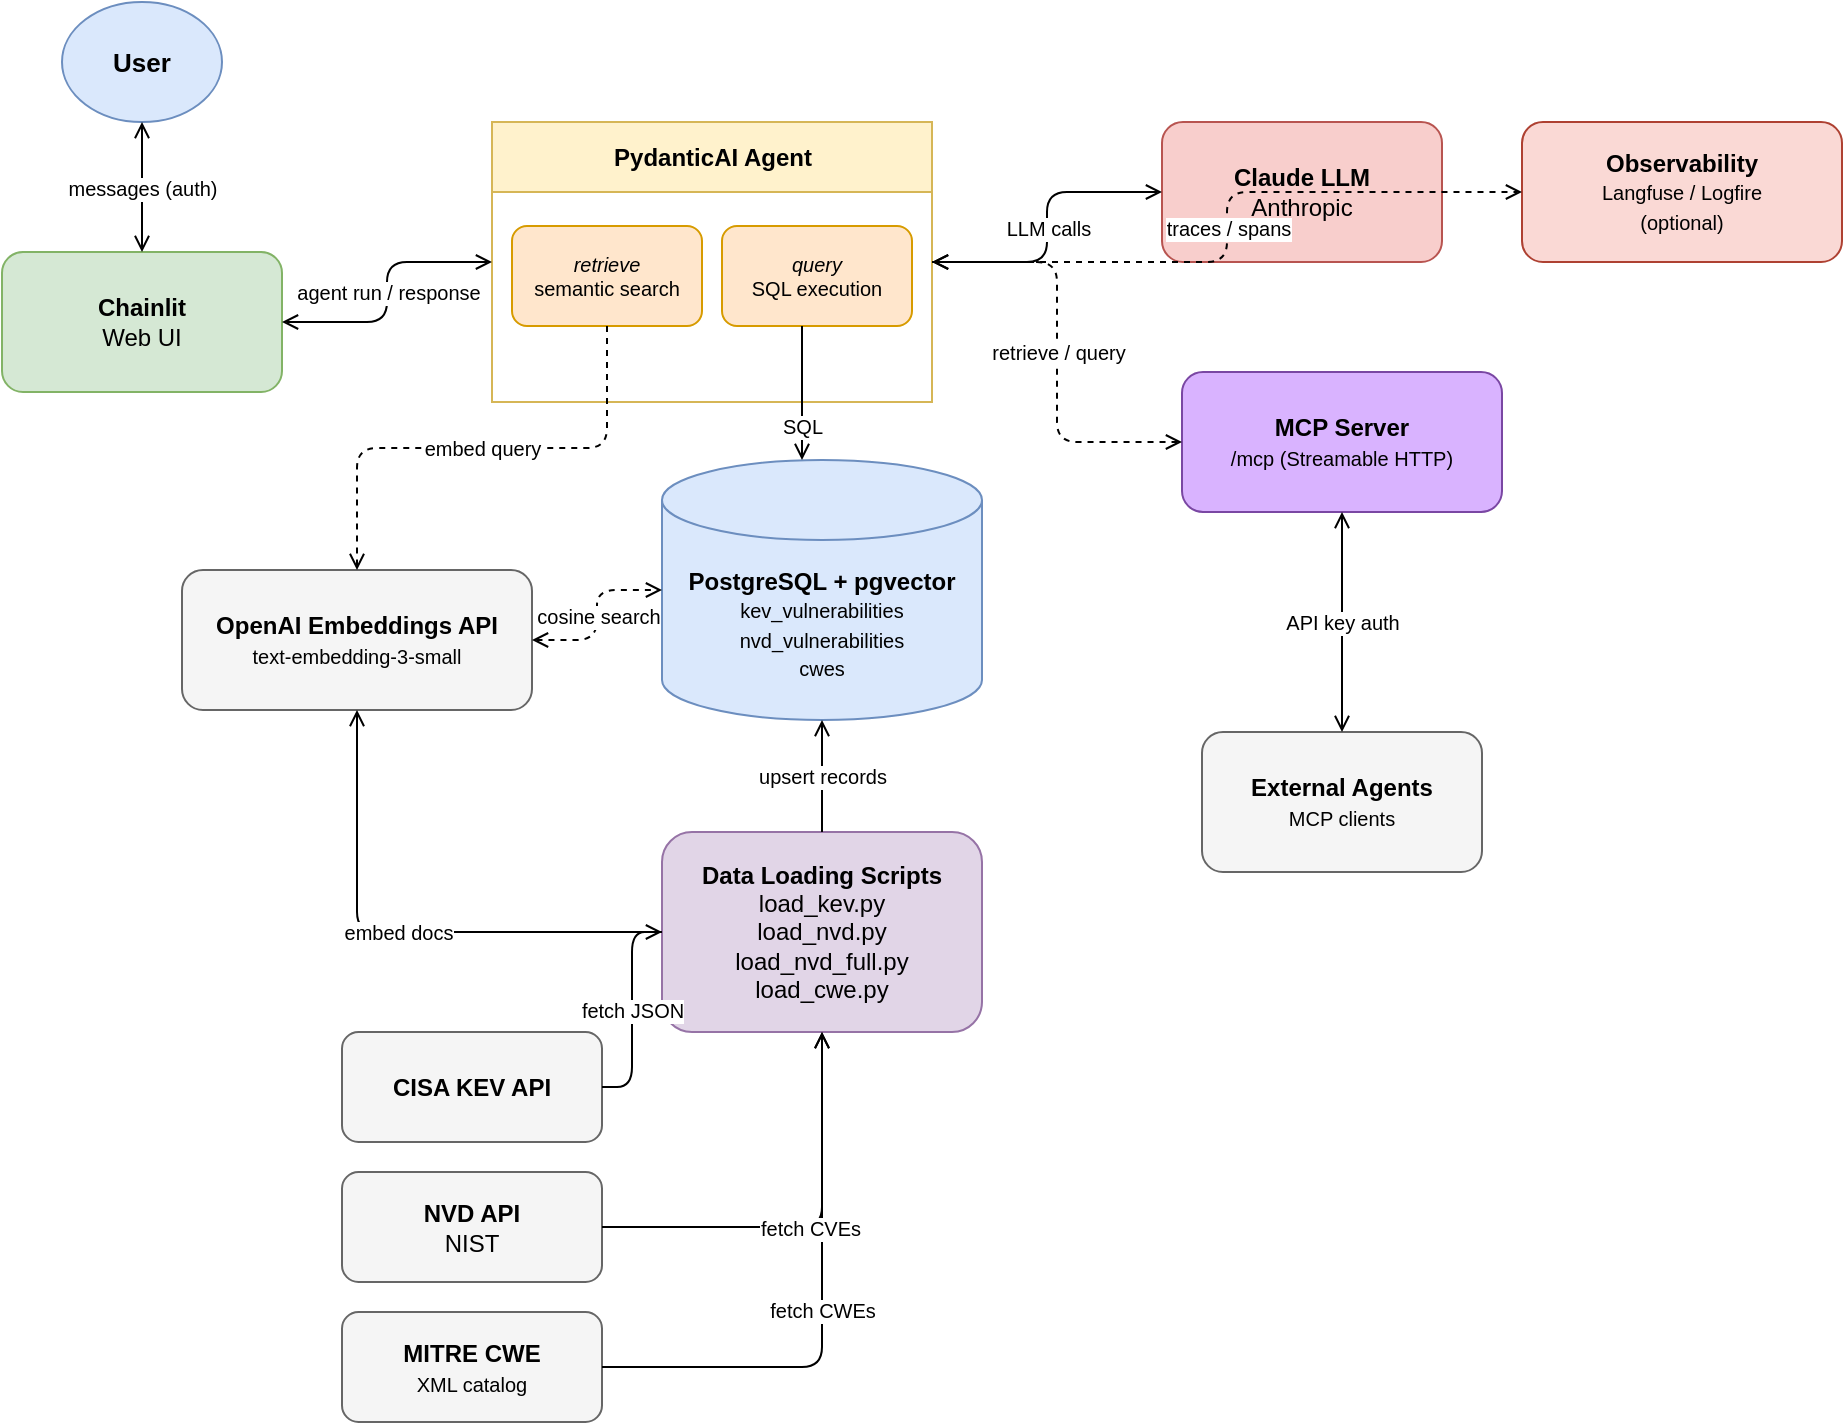
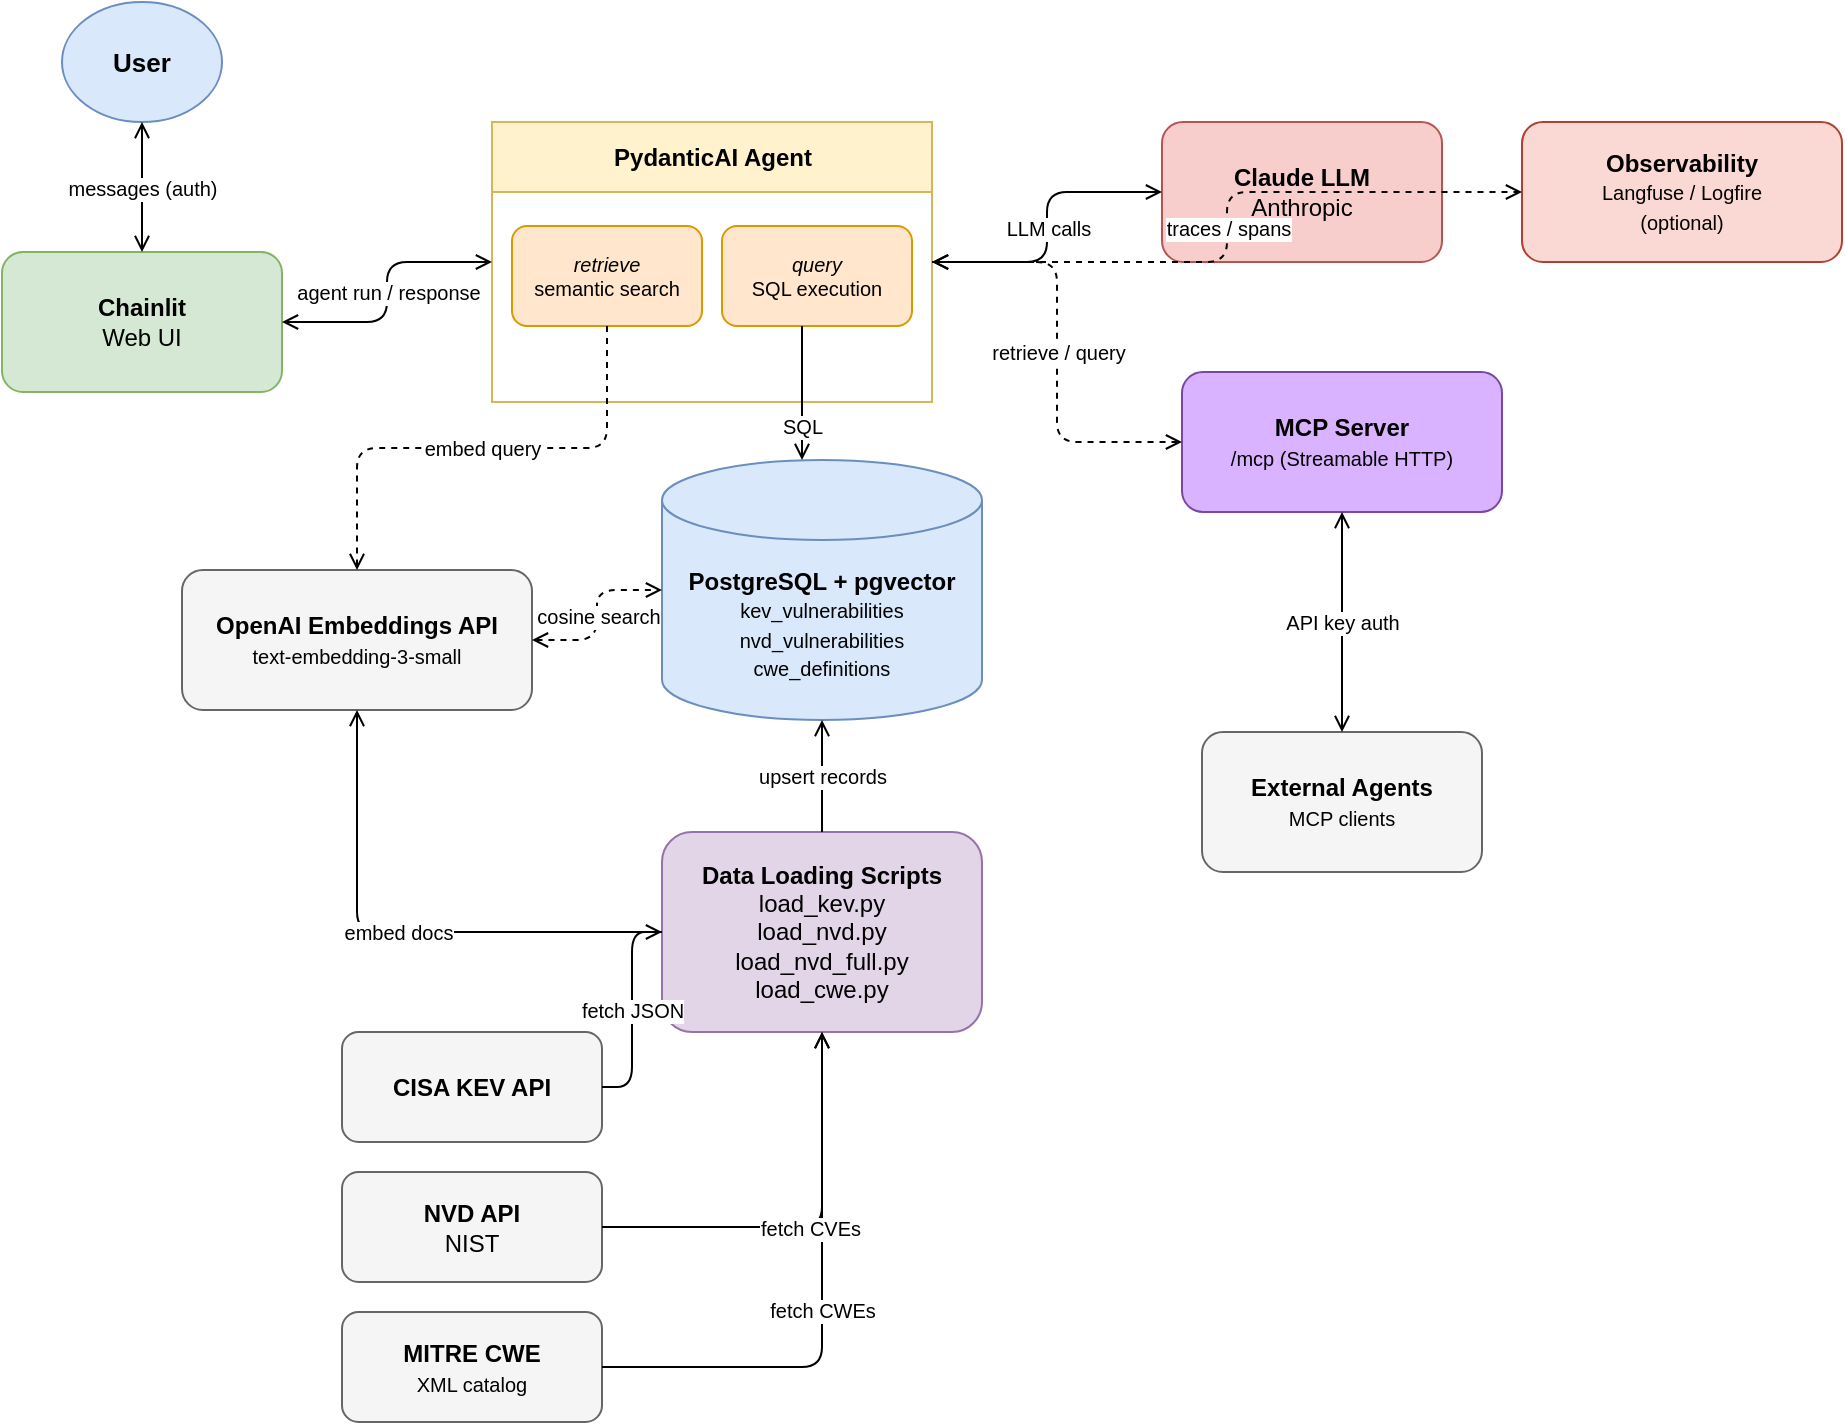
<mxfile host="Electron" agent="Mozilla/5.0 (Macintosh; Intel Mac OS X 10_15_7) AppleWebKit/537.36 (KHTML, like Gecko) draw.io/29.5.2 Chrome/142.0.7444.265 Electron/39.6.1 Safari/537.36">
  <diagram id="aTa67jBwMQSRAFFKcZpl" name="Page-1">
    <mxGraphModel dx="1006" dy="749" grid="1" gridSize="10" guides="1" tooltips="1" connect="1" arrows="1" fold="1" page="1" pageScale="1" pageWidth="1300" pageHeight="900" math="0" shadow="0">
      <root>
        <mxCell id="0" />
        <mxCell id="1" parent="0" />
        <mxCell id="10" parent="1" style="ellipse;whiteSpace=wrap;html=1;fillColor=#dae8fc;strokeColor=#6c8ebf;fontColor=#000000;fontSize=13;" value="&lt;b&gt;User&lt;/b&gt;" vertex="1">
          <mxGeometry height="60" width="80" x="170" y="95" as="geometry" />
        </mxCell>
        <mxCell id="20" parent="1" style="rounded=1;whiteSpace=wrap;html=1;fillColor=#d5e8d4;strokeColor=#82b366;fontColor=#000000;arcSize=15;" value="&lt;b&gt;Chainlit&lt;/b&gt;&lt;br&gt;Web UI" vertex="1">
          <mxGeometry height="70" width="140" x="140" y="220" as="geometry" />
        </mxCell>
        <mxCell id="30" parent="1" style="swimlane;startSize=35;html=1;fillColor=#fff2cc;strokeColor=#d6b656;fontColor=#000000;fontSize=12;" value="&lt;b&gt;PydanticAI Agent&lt;/b&gt;" vertex="1">
          <mxGeometry height="140" width="220" x="385" y="155" as="geometry" />
        </mxCell>
        <mxCell id="31" parent="30" style="rounded=1;whiteSpace=wrap;html=1;fillColor=#ffe6cc;strokeColor=#d79b00;fontColor=#000000;fontSize=10;" value="&lt;i&gt;retrieve&lt;/i&gt;&lt;br&gt;semantic search" vertex="1">
          <mxGeometry height="50" width="95" x="10" y="52" as="geometry" />
        </mxCell>
        <mxCell id="32" parent="30" style="rounded=1;whiteSpace=wrap;html=1;fillColor=#ffe6cc;strokeColor=#d79b00;fontColor=#000000;fontSize=10;" value="&lt;i&gt;query&lt;/i&gt;&lt;br&gt;SQL execution" vertex="1">
          <mxGeometry height="50" width="95" x="115" y="52" as="geometry" />
        </mxCell>
        <mxCell id="40" parent="1" style="rounded=1;whiteSpace=wrap;html=1;fillColor=#f8cecc;strokeColor=#b85450;fontColor=#000000;arcSize=15;" value="&lt;b&gt;Claude LLM&lt;/b&gt;&lt;br&gt;Anthropic" vertex="1">
          <mxGeometry height="70" width="140" x="720" y="155" as="geometry" />
        </mxCell>
-         <mxCell id="60" parent="1" style="shape=cylinder3;whiteSpace=wrap;html=1;boundedLbl=1;backgroundOutline=1;size=20;fillColor=#dae8fc;strokeColor=#6c8ebf;fontColor=#000000;" value="&lt;b&gt;PostgreSQL + pgvector&lt;/b&gt;&lt;br&gt;&lt;font style=&quot;font-size:10px;&quot;&gt;kev_vulnerabilities&lt;br&gt;nvd_vulnerabilities&lt;br&gt;cwes&lt;/font&gt;" vertex="1">
+         <mxCell id="60" parent="1" style="shape=cylinder3;whiteSpace=wrap;html=1;boundedLbl=1;backgroundOutline=1;size=20;fillColor=#dae8fc;strokeColor=#6c8ebf;fontColor=#000000;" value="&lt;b&gt;PostgreSQL + pgvector&lt;/b&gt;&lt;br&gt;&lt;font style=&quot;font-size:10px;&quot;&gt;kev_vulnerabilities&lt;br&gt;nvd_vulnerabilities&lt;br&gt;cwe_definitions&lt;/font&gt;" vertex="1">
          <mxGeometry height="130" width="160" x="470" y="324" as="geometry" />
        </mxCell>
        <mxCell id="50" parent="1" style="rounded=1;whiteSpace=wrap;html=1;fillColor=#f5f5f5;strokeColor=#666666;fontColor=#000000;arcSize=15;" value="&lt;b&gt;OpenAI Embeddings API&lt;/b&gt;&lt;br&gt;&lt;font style=&quot;font-size:10px;&quot;&gt;text-embedding-3-small&lt;/font&gt;" vertex="1">
          <mxGeometry height="70" width="175" x="230" y="379" as="geometry" />
        </mxCell>
        <mxCell id="70" parent="1" style="rounded=1;whiteSpace=wrap;html=1;fillColor=#e1d5e7;strokeColor=#9673a6;fontColor=#000000;arcSize=15;" value="&lt;b&gt;Data Loading Scripts&lt;/b&gt;&lt;br&gt;load_kev.py&lt;br&gt;load_nvd.py&lt;br&gt;load_nvd_full.py&lt;br&gt;load_cwe.py" vertex="1">
          <mxGeometry height="100" width="160" x="470" y="510" as="geometry" />
        </mxCell>
        <mxCell id="80" parent="1" style="rounded=1;whiteSpace=wrap;html=1;fillColor=#f5f5f5;strokeColor=#666666;fontColor=#000000;" value="&lt;b&gt;CISA KEV API&lt;/b&gt;" vertex="1">
          <mxGeometry height="55" width="130" x="310" y="610" as="geometry" />
        </mxCell>
        <mxCell id="90" parent="1" style="rounded=1;whiteSpace=wrap;html=1;fillColor=#f5f5f5;strokeColor=#666666;fontColor=#000000;" value="&lt;b&gt;NVD API&lt;/b&gt;&lt;br&gt;NIST" vertex="1">
          <mxGeometry height="55" width="130" x="310" y="680" as="geometry" />
        </mxCell>
        <mxCell id="110" parent="1" style="rounded=1;whiteSpace=wrap;html=1;fillColor=#d9b3ff;strokeColor=#7a47a3;fontColor=#000000;arcSize=15;" value="&lt;b&gt;MCP Server&lt;/b&gt;&lt;br&gt;&lt;font style=&quot;font-size:10px;&quot;&gt;/mcp (Streamable HTTP)&lt;/font&gt;" vertex="1">
          <mxGeometry height="70" width="160" x="730" y="280" as="geometry" />
        </mxCell>
        <mxCell id="111" parent="1" style="rounded=1;whiteSpace=wrap;html=1;fillColor=#f5f5f5;strokeColor=#666666;fontColor=#000000;arcSize=15;" value="&lt;b&gt;External Agents&lt;/b&gt;&lt;br&gt;&lt;font style=&quot;font-size:10px;&quot;&gt;MCP clients&lt;/font&gt;" vertex="1">
          <mxGeometry height="70" width="140" x="740" y="460" as="geometry" />
        </mxCell>
        <mxCell id="91" parent="1" style="rounded=1;whiteSpace=wrap;html=1;fillColor=#f5f5f5;strokeColor=#666666;fontColor=#000000;" value="&lt;b&gt;MITRE CWE&lt;/b&gt;&lt;br&gt;&lt;font style=&quot;font-size:10px;&quot;&gt;XML catalog&lt;/font&gt;" vertex="1">
          <mxGeometry height="55" width="130" x="310" y="750" as="geometry" />
        </mxCell>
        <mxCell id="120" parent="1" style="rounded=1;whiteSpace=wrap;html=1;fillColor=#fad9d5;strokeColor=#ae4132;fontColor=#000000;arcSize=15;" value="&lt;b&gt;Observability&lt;/b&gt;&lt;br&gt;&lt;font style=&quot;font-size:10px;&quot;&gt;Langfuse / Logfire&lt;br&gt;(optional)&lt;/font&gt;" vertex="1">
          <mxGeometry height="70" width="160" x="900" y="155" as="geometry" />
        </mxCell>
        <mxCell id="121" edge="1" parent="1" source="91" style="edgeStyle=orthogonalEdgeStyle;html=1;fontSize=10;endArrow=open;endFill=0;" target="70" value="fetch CWEs">
          <mxGeometry relative="1" as="geometry" />
        </mxCell>
        <mxCell id="122" edge="1" parent="1" source="30" style="edgeStyle=orthogonalEdgeStyle;html=1;fontSize=10;dashed=1;endArrow=open;endFill=0;" target="120" value="traces / spans">
          <mxGeometry relative="1" as="geometry" />
        </mxCell>
        <mxCell id="100" edge="1" parent="1" source="10" style="edgeStyle=orthogonalEdgeStyle;html=1;fontSize=10;startArrow=open;startFill=0;endArrow=open;endFill=0;" target="20" value="messages (auth)">
          <mxGeometry relative="1" as="geometry" />
        </mxCell>
        <mxCell id="101" edge="1" parent="1" source="20" style="edgeStyle=orthogonalEdgeStyle;html=1;fontSize=10;startArrow=open;startFill=0;endArrow=open;endFill=0;" target="30" value="agent run / response">
          <mxGeometry relative="1" as="geometry" />
        </mxCell>
        <mxCell id="102" edge="1" parent="1" source="30" style="edgeStyle=orthogonalEdgeStyle;html=1;fontSize=10;startArrow=open;startFill=0;endArrow=open;endFill=0;" target="40" value="LLM calls">
          <mxGeometry relative="1" as="geometry" />
        </mxCell>
        <mxCell id="103" edge="1" parent="1" source="31" style="edgeStyle=orthogonalEdgeStyle;html=1;fontSize=10;dashed=1;endArrow=open;endFill=0;" target="50" value="embed query">
          <mxGeometry relative="1" as="geometry" />
        </mxCell>
        <mxCell id="104" edge="1" parent="1" source="50" style="edgeStyle=orthogonalEdgeStyle;html=1;fontSize=10;dashed=1;startArrow=open;startFill=0;endArrow=open;endFill=0;" target="60" value="cosine search">
          <mxGeometry relative="1" as="geometry" />
        </mxCell>
        <mxCell id="105" edge="1" parent="1" source="32" style="edgeStyle=orthogonalEdgeStyle;html=1;fontSize=10;endArrow=open;endFill=0;" target="60" value="SQL">
          <mxGeometry relative="1" x="0.4722" as="geometry">
            <mxPoint as="offset" />
            <Array as="points">
              <mxPoint x="540" y="290" />
              <mxPoint x="540" y="290" />
            </Array>
          </mxGeometry>
        </mxCell>
        <mxCell id="107" edge="1" parent="1" source="70" style="edgeStyle=orthogonalEdgeStyle;html=1;fontSize=10;endArrow=open;endFill=0;" target="60" value="upsert records">
          <mxGeometry relative="1" as="geometry" />
        </mxCell>
        <mxCell id="106" edge="1" parent="1" source="70" style="edgeStyle=orthogonalEdgeStyle;html=1;fontSize=10;endArrow=open;endFill=0;" target="50" value="embed docs">
          <mxGeometry relative="1" as="geometry" />
        </mxCell>
        <mxCell id="108" edge="1" parent="1" source="80" style="edgeStyle=orthogonalEdgeStyle;html=1;fontSize=10;endArrow=open;endFill=0;" target="70" value="fetch JSON">
          <mxGeometry relative="1" as="geometry" />
        </mxCell>
        <mxCell id="109" edge="1" parent="1" source="90" style="edgeStyle=orthogonalEdgeStyle;html=1;fontSize=10;endArrow=open;endFill=0;" target="70" value="fetch CVEs">
          <mxGeometry relative="1" as="geometry" />
        </mxCell>
        <mxCell id="112" edge="1" parent="1" source="111" style="edgeStyle=orthogonalEdgeStyle;html=1;fontSize=10;startArrow=open;startFill=0;endArrow=open;endFill=0;" target="110" value="API key auth">
          <mxGeometry relative="1" as="geometry" />
        </mxCell>
        <mxCell id="113" edge="1" parent="1" source="110" style="edgeStyle=orthogonalEdgeStyle;html=1;fontSize=10;dashed=1;startArrow=open;startFill=0;endArrow=open;endFill=0;" target="30" value="retrieve / query">
          <mxGeometry relative="1" as="geometry" />
        </mxCell>
      </root>
    </mxGraphModel>
  </diagram>
</mxfile>
